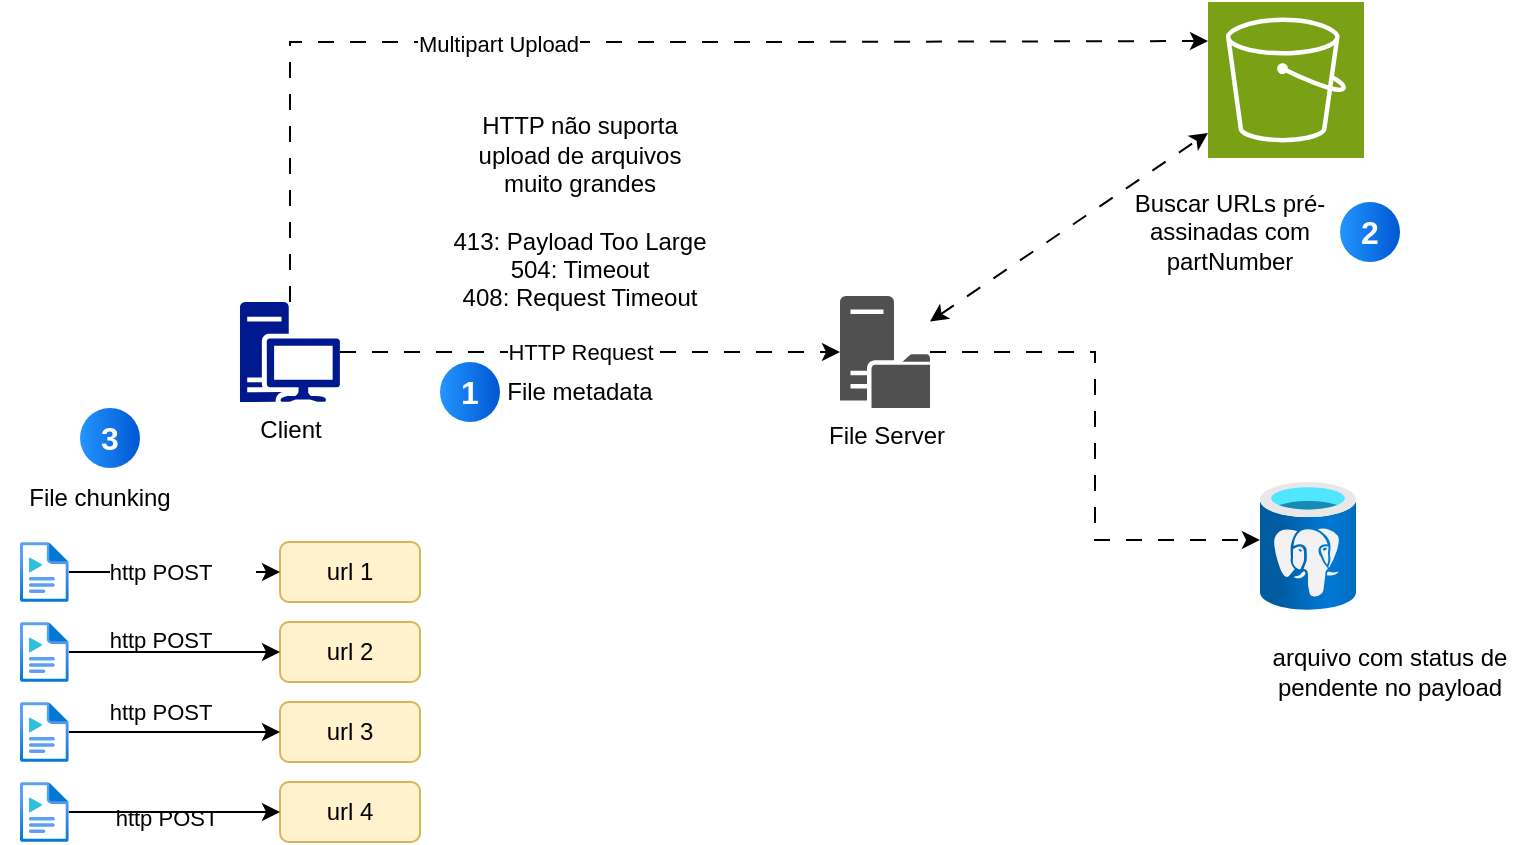
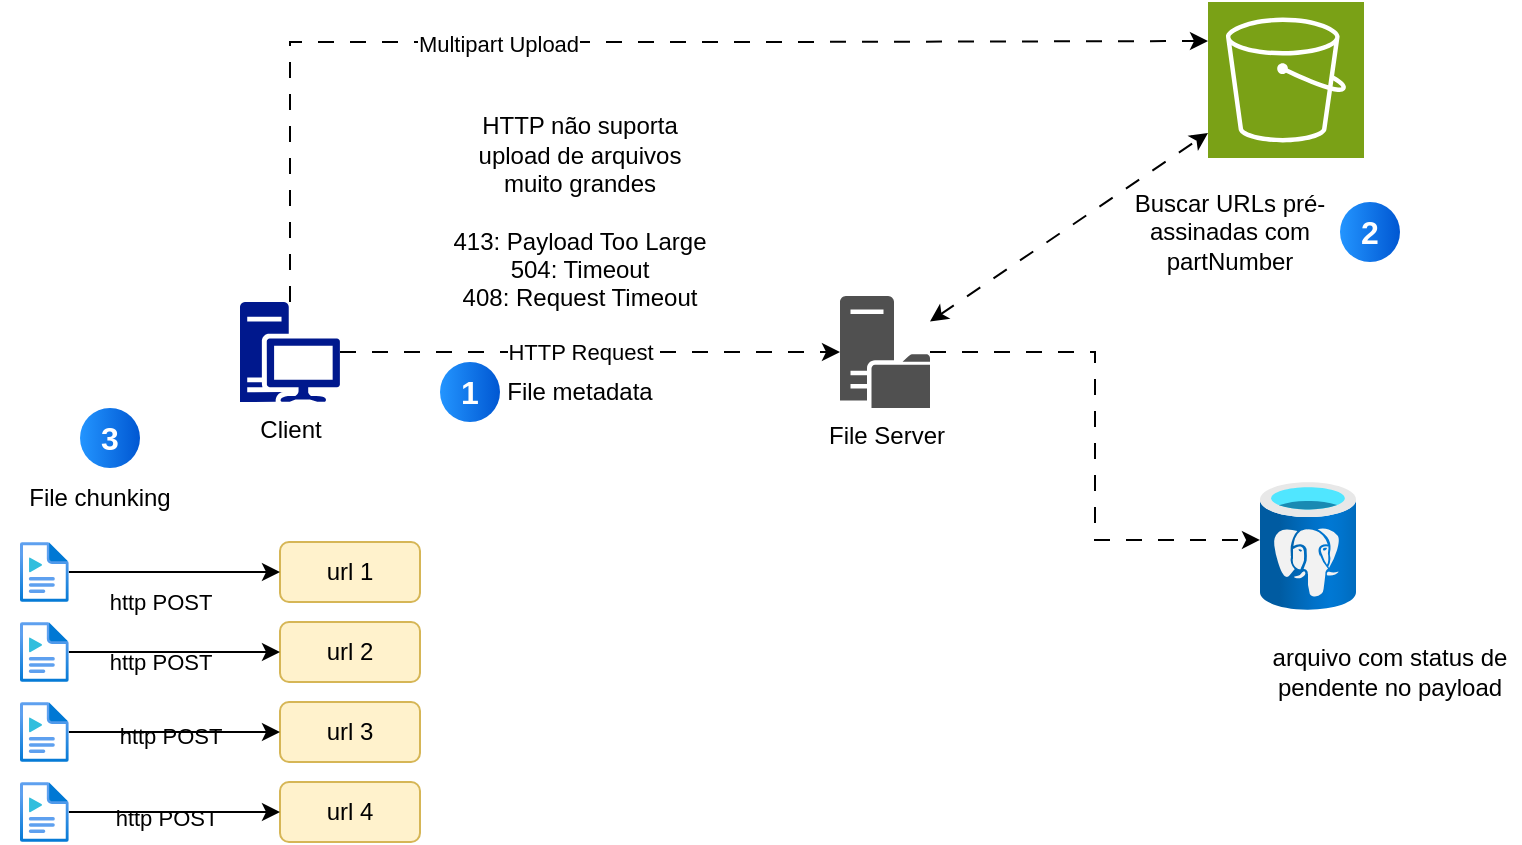
<mxfile host="app.diagrams.net">
  <diagram name="Página-1" id="4D3M8B96T3K3ZtQU1b3x">
    <mxGraphModel dx="1601" dy="1679" grid="1" gridSize="10" guides="1" tooltips="1" connect="1" arrows="1" fold="1" page="1" pageScale="1" pageWidth="827" pageHeight="1169" math="0" shadow="0">
      <root>
        <mxCell id="0" />
        <mxCell id="1" parent="0" />
        <mxCell id="fk9SJw6ftsK7bPstpn4Y-3" edge="1" parent="1" source="fk9SJw6ftsK7bPstpn4Y-1" style="edgeStyle=orthogonalEdgeStyle;rounded=0;orthogonalLoop=1;jettySize=auto;html=1;dashed=1;dashPattern=8 8;" target="fk9SJw6ftsK7bPstpn4Y-2">
          <mxGeometry relative="1" as="geometry" />
        </mxCell>
        <mxCell id="fk9SJw6ftsK7bPstpn4Y-6" connectable="0" parent="fk9SJw6ftsK7bPstpn4Y-3" style="edgeLabel;html=1;align=center;verticalAlign=middle;resizable=0;points=[];" value="HTTP Request" vertex="1">
          <mxGeometry relative="1" x="-0.288" as="geometry">
            <mxPoint x="31" as="offset" />
          </mxGeometry>
        </mxCell>
        <mxCell id="fk9SJw6ftsK7bPstpn4Y-1" parent="1" style="sketch=0;aspect=fixed;pointerEvents=1;shadow=0;dashed=0;html=1;strokeColor=none;labelPosition=center;verticalLabelPosition=bottom;verticalAlign=top;align=center;fillColor=#00188D;shape=mxgraph.mscae.enterprise.workstation_client" value="Client" vertex="1">
          <mxGeometry height="50" width="50" x="-70" y="90" as="geometry" />
        </mxCell>
        <mxCell id="fk9SJw6ftsK7bPstpn4Y-2" parent="1" style="sketch=0;pointerEvents=1;shadow=0;dashed=0;html=1;strokeColor=none;fillColor=#505050;labelPosition=center;verticalLabelPosition=bottom;verticalAlign=top;outlineConnect=0;align=center;shape=mxgraph.office.servers.file_server;" value="File Server" vertex="1">
          <mxGeometry height="56" width="45" x="230" y="87" as="geometry" />
        </mxCell>
        <mxCell id="fk9SJw6ftsK7bPstpn4Y-4" parent="1" style="sketch=0;points=[[0,0,0],[0.25,0,0],[0.5,0,0],[0.75,0,0],[1,0,0],[0,1,0],[0.25,1,0],[0.5,1,0],[0.75,1,0],[1,1,0],[0,0.25,0],[0,0.5,0],[0,0.75,0],[1,0.25,0],[1,0.5,0],[1,0.75,0]];outlineConnect=0;fontColor=#232F3E;fillColor=#7AA116;strokeColor=#ffffff;dashed=0;verticalLabelPosition=bottom;verticalAlign=top;align=center;html=1;fontSize=12;fontStyle=0;aspect=fixed;shape=mxgraph.aws4.resourceIcon;resIcon=mxgraph.aws4.s3;" value="" vertex="1">
          <mxGeometry height="78" width="78" x="414" y="-60" as="geometry" />
        </mxCell>
        <mxCell id="fk9SJw6ftsK7bPstpn4Y-7" parent="1" style="image;aspect=fixed;html=1;points=[];align=center;fontSize=12;image=img/lib/azure2/databases/Azure_Database_PostgreSQL_Server.svg;" value="" vertex="1">
          <mxGeometry height="64" width="48" x="440" y="180" as="geometry" />
        </mxCell>
        <mxCell id="fk9SJw6ftsK7bPstpn4Y-8" edge="1" parent="1" source="fk9SJw6ftsK7bPstpn4Y-2" style="edgeStyle=orthogonalEdgeStyle;rounded=0;orthogonalLoop=1;jettySize=auto;html=1;entryX=0;entryY=0.453;entryDx=0;entryDy=0;entryPerimeter=0;dashed=1;dashPattern=8 8;" target="fk9SJw6ftsK7bPstpn4Y-7">
          <mxGeometry relative="1" as="geometry" />
        </mxCell>
        <mxCell id="fk9SJw6ftsK7bPstpn4Y-13" parent="1" style="text;html=1;whiteSpace=wrap;strokeColor=none;fillColor=none;align=center;verticalAlign=middle;rounded=0;" value="HTTP não suporta upload de arquivos muito grandes&lt;div&gt;&lt;br&gt;&lt;/div&gt;&lt;div&gt;413: Payload Too Large&lt;div&gt;504: Timeout&lt;/div&gt;&lt;div&gt;408: Request Timeout&lt;/div&gt;&lt;/div&gt;" vertex="1">
          <mxGeometry height="30" width="130" x="35" y="30" as="geometry" />
        </mxCell>
        <mxCell id="h8KboTeERqfswfNuPOU6-1" edge="1" parent="1" source="fk9SJw6ftsK7bPstpn4Y-1" style="edgeStyle=orthogonalEdgeStyle;rounded=0;orthogonalLoop=1;jettySize=auto;html=1;entryX=0;entryY=0.25;entryDx=0;entryDy=0;entryPerimeter=0;dashed=1;dashPattern=8 8;" target="fk9SJw6ftsK7bPstpn4Y-4">
          <mxGeometry relative="1" as="geometry">
            <Array as="points">
              <mxPoint x="-45" y="-40" />
              <mxPoint x="197" y="-40" />
            </Array>
          </mxGeometry>
        </mxCell>
        <mxCell id="h8KboTeERqfswfNuPOU6-2" connectable="0" parent="h8KboTeERqfswfNuPOU6-1" style="edgeLabel;html=1;align=center;verticalAlign=middle;resizable=0;points=[];" value="Multipart Upload" vertex="1">
          <mxGeometry relative="1" x="-0.2054" y="-1" as="geometry">
            <mxPoint as="offset" />
          </mxGeometry>
        </mxCell>
        <mxCell id="h8KboTeERqfswfNuPOU6-3" parent="1" style="text;html=1;whiteSpace=wrap;strokeColor=none;fillColor=none;align=center;verticalAlign=middle;rounded=0;" value="File metadata" vertex="1">
          <mxGeometry height="30" width="80" x="60" y="120" as="geometry" />
        </mxCell>
        <mxCell id="h8KboTeERqfswfNuPOU6-4" parent="1" style="text;html=1;whiteSpace=wrap;strokeColor=none;fillColor=none;align=center;verticalAlign=middle;rounded=0;" value="arquivo com status de pendente no payload" vertex="1">
          <mxGeometry height="30" width="130" x="440" y="260" as="geometry" />
        </mxCell>
        <mxCell id="h8KboTeERqfswfNuPOU6-5" parent="1" style="text;html=1;whiteSpace=wrap;strokeColor=none;fillColor=none;align=center;verticalAlign=middle;rounded=0;" value="Buscar URLs pré-assinadas com partNumber" vertex="1">
          <mxGeometry height="30" width="110" x="370" y="40" as="geometry" />
        </mxCell>
        <mxCell id="h8KboTeERqfswfNuPOU6-6" edge="1" parent="1" source="fk9SJw6ftsK7bPstpn4Y-2" style="html=1;labelBackgroundColor=#ffffff;startArrow=classic;startFill=1;startSize=6;endArrow=classic;endFill=1;endSize=6;jettySize=auto;orthogonalLoop=1;strokeWidth=1;fontSize=14;rounded=0;dashed=1;dashPattern=8 8;" target="fk9SJw6ftsK7bPstpn4Y-4" value="">
          <mxGeometry height="60" relative="1" width="60" as="geometry">
            <mxPoint x="370" y="60" as="sourcePoint" />
            <mxPoint x="430" as="targetPoint" />
          </mxGeometry>
        </mxCell>
        <mxCell id="h8KboTeERqfswfNuPOU6-7" parent="1" style="rounded=1;whiteSpace=wrap;html=1;fillColor=#fff2cc;strokeColor=#d6b656;" value="url 1" vertex="1">
          <mxGeometry height="30" width="70" x="-50" y="210" as="geometry" />
        </mxCell>
        <mxCell id="h8KboTeERqfswfNuPOU6-8" parent="1" style="rounded=1;whiteSpace=wrap;html=1;fillColor=#fff2cc;strokeColor=#d6b656;" value="url 4" vertex="1">
          <mxGeometry height="30" width="70" x="-50" y="330" as="geometry" />
        </mxCell>
        <mxCell id="h8KboTeERqfswfNuPOU6-9" parent="1" style="rounded=1;whiteSpace=wrap;html=1;fillColor=#fff2cc;strokeColor=#d6b656;" value="url 3" vertex="1">
          <mxGeometry height="30" width="70" x="-50" y="290" as="geometry" />
        </mxCell>
        <mxCell id="h8KboTeERqfswfNuPOU6-10" parent="1" style="rounded=1;whiteSpace=wrap;html=1;fillColor=#fff2cc;strokeColor=#d6b656;" value="url 2" vertex="1">
          <mxGeometry height="30" width="70" x="-50" y="250" as="geometry" />
        </mxCell>
        <mxCell id="h8KboTeERqfswfNuPOU6-11" parent="1" style="ellipse;whiteSpace=wrap;html=1;aspect=fixed;rotation=0;gradientColor=#0057D2;strokeColor=none;gradientDirection=east;fillColor=#2395FF;rounded=0;pointerEvents=0;fontFamily=Helvetica;fontSize=16;fontColor=#FFFFFF;spacingTop=4;spacingBottom=4;spacingLeft=4;spacingRight=4;points=[];fontStyle=1" value="1" vertex="1">
          <mxGeometry height="30" width="30" x="30" y="120" as="geometry" />
        </mxCell>
        <mxCell id="h8KboTeERqfswfNuPOU6-12" parent="1" style="ellipse;whiteSpace=wrap;html=1;aspect=fixed;rotation=0;gradientColor=#0057D2;strokeColor=none;gradientDirection=east;fillColor=#2395FF;rounded=0;pointerEvents=0;fontFamily=Helvetica;fontSize=16;fontColor=#FFFFFF;spacingTop=4;spacingBottom=4;spacingLeft=4;spacingRight=4;points=[];fontStyle=1" value="2" vertex="1">
          <mxGeometry height="30" width="30" x="480" y="40" as="geometry" />
        </mxCell>
        <mxCell id="h8KboTeERqfswfNuPOU6-13" parent="1" style="ellipse;whiteSpace=wrap;html=1;aspect=fixed;rotation=0;gradientColor=#0057D2;strokeColor=none;gradientDirection=east;fillColor=#2395FF;rounded=0;pointerEvents=0;fontFamily=Helvetica;fontSize=16;fontColor=#FFFFFF;spacingTop=4;spacingBottom=4;spacingLeft=4;spacingRight=4;points=[];fontStyle=1" value="3" vertex="1">
          <mxGeometry height="30" width="30" x="-150" y="143" as="geometry" />
        </mxCell>
        <mxCell id="h8KboTeERqfswfNuPOU6-14" parent="1" style="text;html=1;whiteSpace=wrap;strokeColor=none;fillColor=none;align=center;verticalAlign=middle;rounded=0;" value="File chunking" vertex="1">
          <mxGeometry height="30" width="100" x="-190" y="173" as="geometry" />
        </mxCell>
        <mxCell id="h8KboTeERqfswfNuPOU6-16" edge="1" parent="1" source="h8KboTeERqfswfNuPOU6-15" style="edgeStyle=orthogonalEdgeStyle;rounded=0;orthogonalLoop=1;jettySize=auto;html=1;" target="h8KboTeERqfswfNuPOU6-7" value="">
          <mxGeometry relative="1" as="geometry" />
        </mxCell>
        <mxCell id="h8KboTeERqfswfNuPOU6-17" connectable="0" parent="h8KboTeERqfswfNuPOU6-16" style="edgeLabel;html=1;align=center;verticalAlign=middle;resizable=0;points=[];labelBackgroundColor=default;" value="http POST&lt;span style=&quot;white-space: pre;&quot;&gt;&#x9;&lt;/span&gt;" vertex="1">
          <mxGeometry relative="1" x="-0.4857" y="5" as="geometry">
-             <mxPoint x="29" y="5" as="offset" />
+             <mxPoint x="29" y="20" as="offset" />
          </mxGeometry>
        </mxCell>
        <mxCell id="h8KboTeERqfswfNuPOU6-15" parent="1" style="image;aspect=fixed;html=1;points=[];align=center;fontSize=12;image=img/lib/azure2/general/Media_File.svg;" value="" vertex="1">
          <mxGeometry height="30" width="24.38" x="-180" y="210" as="geometry" />
        </mxCell>
        <mxCell id="h8KboTeERqfswfNuPOU6-21" connectable="0" parent="1" style="edgeLabel;html=1;align=center;verticalAlign=middle;resizable=0;points=[];labelBackgroundColor=default;" value="http POST&lt;span style=&quot;white-space: pre;&quot;&gt;&#x9;&lt;/span&gt;" vertex="1">
-           <mxGeometry x="-99.61999999999989" y="259" as="geometry" />
+           <mxGeometry x="-99.61999999999989" y="259" as="geometry">
+             <mxPoint y="11" as="offset" />
+           </mxGeometry>
        </mxCell>
        <mxCell id="h8KboTeERqfswfNuPOU6-29" edge="1" parent="1" source="h8KboTeERqfswfNuPOU6-22" style="edgeStyle=orthogonalEdgeStyle;rounded=0;orthogonalLoop=1;jettySize=auto;html=1;" target="h8KboTeERqfswfNuPOU6-10">
          <mxGeometry relative="1" as="geometry" />
        </mxCell>
        <mxCell id="h8KboTeERqfswfNuPOU6-22" parent="1" style="image;aspect=fixed;html=1;points=[];align=center;fontSize=12;image=img/lib/azure2/general/Media_File.svg;" value="" vertex="1">
          <mxGeometry height="30" width="24.38" x="-180" y="250" as="geometry" />
        </mxCell>
        <mxCell id="h8KboTeERqfswfNuPOU6-23" connectable="0" parent="1" style="edgeLabel;html=1;align=center;verticalAlign=middle;resizable=0;points=[];labelBackgroundColor=default;" value="http POST&lt;span style=&quot;white-space: pre;&quot;&gt;&#x9;&lt;/span&gt;" vertex="1">
-           <mxGeometry x="-99.61999999999989" y="295" as="geometry" />
+           <mxGeometry x="-99.61999999999989" y="295" as="geometry">
+             <mxPoint x="5" y="12" as="offset" />
+           </mxGeometry>
        </mxCell>
        <mxCell id="h8KboTeERqfswfNuPOU6-28" edge="1" parent="1" source="h8KboTeERqfswfNuPOU6-24" style="edgeStyle=orthogonalEdgeStyle;rounded=0;orthogonalLoop=1;jettySize=auto;html=1;" target="h8KboTeERqfswfNuPOU6-9">
          <mxGeometry relative="1" as="geometry" />
        </mxCell>
        <mxCell id="h8KboTeERqfswfNuPOU6-24" parent="1" style="image;aspect=fixed;html=1;points=[];align=center;fontSize=12;image=img/lib/azure2/general/Media_File.svg;" value="" vertex="1">
          <mxGeometry height="30" width="24.38" x="-180" y="290" as="geometry" />
        </mxCell>
        <mxCell id="h8KboTeERqfswfNuPOU6-25" connectable="0" parent="1" style="edgeLabel;html=1;align=center;verticalAlign=middle;resizable=0;points=[];labelBackgroundColor=default;" value="http POST&lt;span style=&quot;white-space: pre;&quot;&gt;&#x9;&lt;/span&gt;" vertex="1">
          <mxGeometry x="-99.61999999999989" y="325" as="geometry">
            <mxPoint x="3" y="23" as="offset" />
          </mxGeometry>
        </mxCell>
        <mxCell id="h8KboTeERqfswfNuPOU6-27" edge="1" parent="1" source="h8KboTeERqfswfNuPOU6-26" style="edgeStyle=orthogonalEdgeStyle;rounded=0;orthogonalLoop=1;jettySize=auto;html=1;" target="h8KboTeERqfswfNuPOU6-8">
          <mxGeometry relative="1" as="geometry" />
        </mxCell>
        <mxCell id="h8KboTeERqfswfNuPOU6-26" parent="1" style="image;aspect=fixed;html=1;points=[];align=center;fontSize=12;image=img/lib/azure2/general/Media_File.svg;" value="" vertex="1">
          <mxGeometry height="30" width="24.38" x="-180" y="330" as="geometry" />
        </mxCell>
      </root>
    </mxGraphModel>
  </diagram>
</mxfile>
